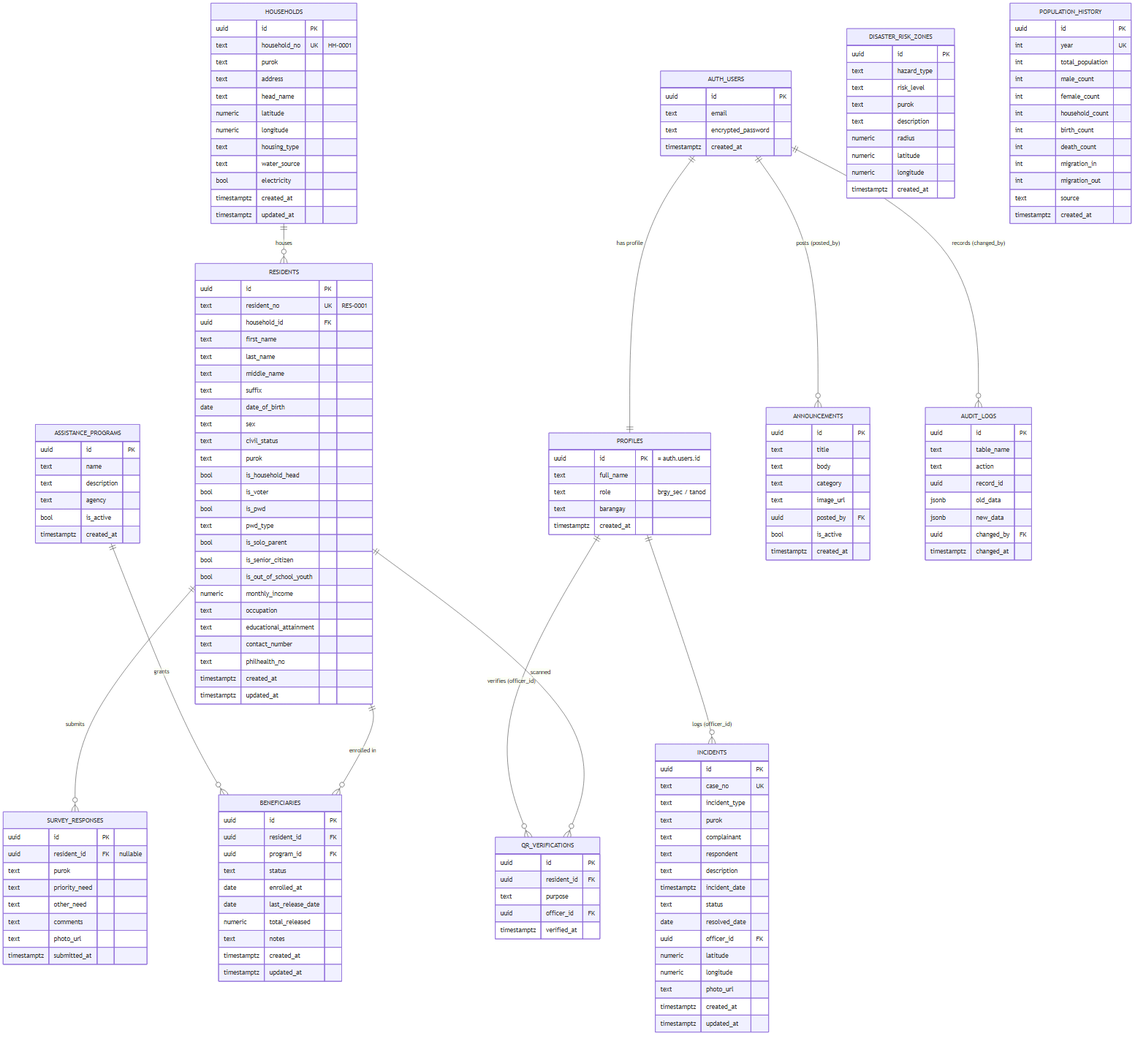
The Mermaid diagram diagrams/erd.png in KellyEspera/protect, before a commit. Its source is kept beside it as diagrams/erd.mmd.
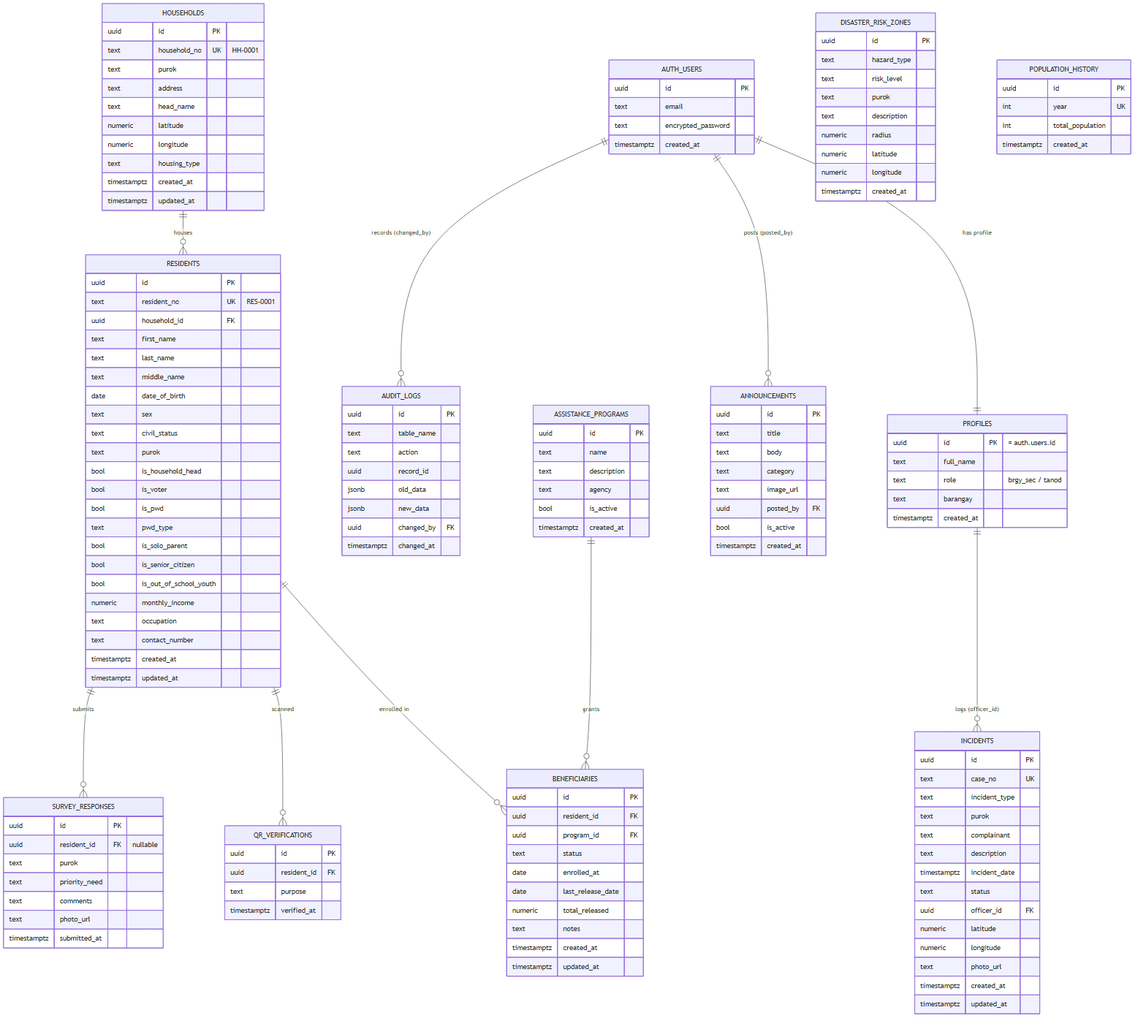
The same diagram one commit later.

Commit message:
Trim unused columns: align DB + ERD to actual usage (Option A)

The edit, as a diff of the source:
```diff
@@ -6,7 +6,6 @@
     RESIDENTS ||--o{ QR_VERIFICATIONS : "scanned"
     RESIDENTS ||--o{ SURVEY_RESPONSES : "submits"
     PROFILES ||--o{ INCIDENTS : "logs (officer_id)"
-    PROFILES ||--o{ QR_VERIFICATIONS : "verifies (officer_id)"
     AUTH_USERS ||--o{ ANNOUNCEMENTS : "posts (posted_by)"
     AUTH_USERS ||--o{ AUDIT_LOGS : "records (changed_by)"
 
@@ -32,8 +31,6 @@
         numeric latitude
         numeric longitude
         text housing_type
-        text water_source
-        bool electricity
         timestamptz created_at
         timestamptz updated_at
     }
@@ -44,7 +41,6 @@
         text first_name
         text last_name
         text middle_name
-        text suffix
         date date_of_birth
         text sex
         text civil_status
@@ -58,9 +54,7 @@
         bool is_out_of_school_youth
         numeric monthly_income
         text occupation
-        text educational_attainment
         text contact_number
-        text philhealth_no
         timestamptz created_at
         timestamptz updated_at
     }
@@ -90,11 +84,9 @@
         text incident_type
         text purok
         text complainant
-        text respondent
         text description
         timestamptz incident_date
         text status
-        date resolved_date
         uuid officer_id FK
         numeric latitude
         numeric longitude
@@ -106,7 +98,6 @@
         uuid id PK
         uuid resident_id FK
         text purpose
-        uuid officer_id FK
         timestamptz verified_at
     }
     SURVEY_RESPONSES {
@@ -114,7 +105,6 @@
         uuid resident_id FK "nullable"
         text purok
         text priority_need
-        text other_need
         text comments
         text photo_url
         timestamptz submitted_at
@@ -144,14 +134,6 @@
         uuid id PK
         int year UK
         int total_population
-        int male_count
-        int female_count
-        int household_count
-        int birth_count
-        int death_count
-        int migration_in
-        int migration_out
-        text source
         timestamptz created_at
     }
     AUDIT_LOGS {
```
